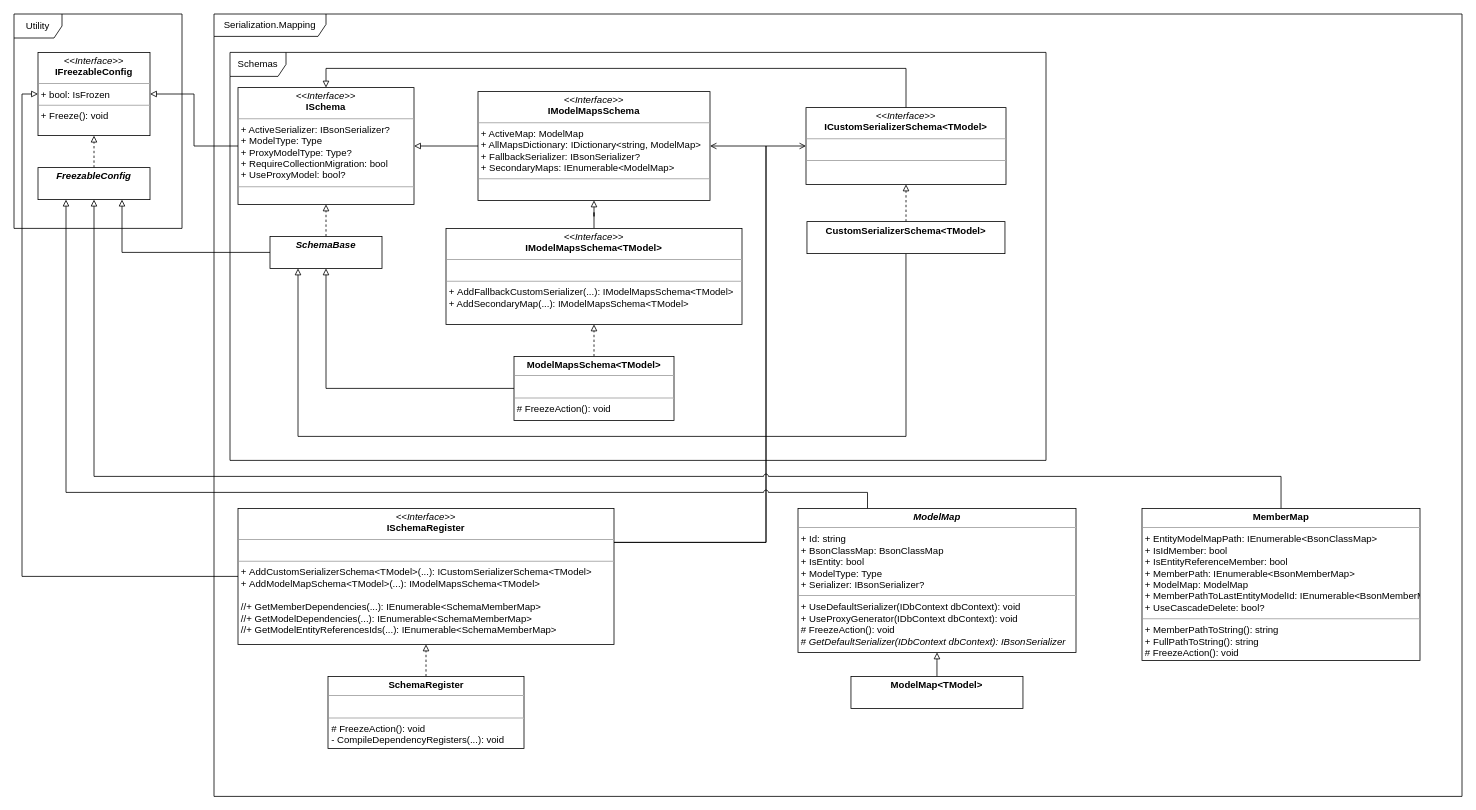
This is doc/MappingClassDiagram.drawio from Etherna/mongodm, a draw.io file, before an edit. Source tidied: cells renumbered, new cells numbered last; positions are measured from the earlier drawing's top-left corner, leaving out a move shared by most shapes. Both pictures are drawn from the tidied source at 80%, with x=0, y=0 at pixel (14, 14).
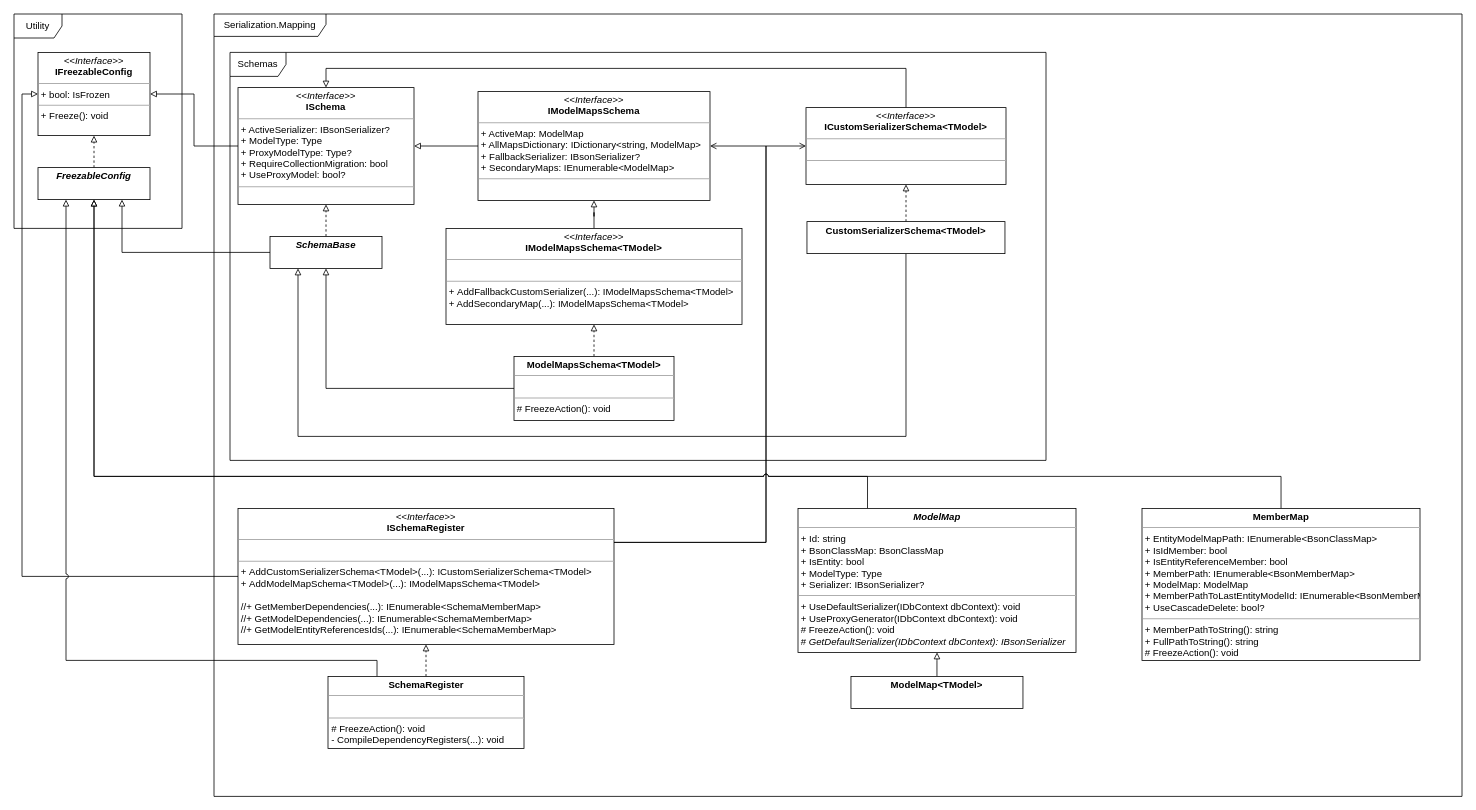
The same page after the edit.

The change refers to these unchanged cells:
```xml
<mxCell id="5" value="&lt;p style=&quot;text-align: center ; margin: 4px 0px 0px&quot;&gt;&lt;b&gt;&lt;i&gt;FreezableConfig&lt;/i&gt;&lt;/b&gt;&lt;br&gt;&lt;/p&gt;" style="verticalAlign=top;align=left;overflow=fill;fontSize=12;fontFamily=Helvetica;html=1;" parent="1" vertex="1">
  <mxGeometry x="30" y="192" width="140" height="40" as="geometry" />
</mxCell>
<mxCell id="29" value="&lt;p style=&quot;margin: 0px ; margin-top: 4px ; text-align: center&quot;&gt;&lt;b&gt;&lt;i&gt;ModelMap&lt;/i&gt;&lt;/b&gt;&lt;br&gt;&lt;/p&gt;&lt;hr size=&quot;1&quot;&gt;&lt;p style=&quot;margin: 0px ; margin-left: 4px&quot;&gt;+ Id: string&lt;/p&gt;&lt;p style=&quot;margin: 0px ; margin-left: 4px&quot;&gt;+&amp;nbsp;BsonClassMap:&amp;nbsp;BsonClassMap&lt;/p&gt;&lt;p style=&quot;margin: 0px ; margin-left: 4px&quot;&gt;+&amp;nbsp;IsEntity: bool&lt;/p&gt;&lt;p style=&quot;margin: 0px ; margin-left: 4px&quot;&gt;+ ModelType: Type&lt;/p&gt;&lt;p style=&quot;margin: 0px ; margin-left: 4px&quot;&gt;+ Serializer: IBsonSerializer?&lt;/p&gt;&lt;hr size=&quot;1&quot;&gt;&lt;p style=&quot;margin: 0px ; margin-left: 4px&quot;&gt;+ UseDefaultSerializer(IDbContext dbContext): void&lt;/p&gt;&lt;p style=&quot;margin: 0px ; margin-left: 4px&quot;&gt;+&amp;nbsp;UseProxyGenerator(IDbContext dbContext): void&lt;/p&gt;&lt;p style=&quot;margin: 0px ; margin-left: 4px&quot;&gt;# FreezeAction(): void&lt;br&gt;&lt;/p&gt;&lt;p style=&quot;margin: 0px ; margin-left: 4px&quot;&gt;#&amp;nbsp;&lt;i&gt;GetDefaultSerializer(IDbContext dbContext): IBsonSerializer&lt;/i&gt;&lt;/p&gt;" style="verticalAlign=top;align=left;overflow=fill;fontSize=12;fontFamily=Helvetica;html=1;" parent="1" vertex="1">
  <mxGeometry x="980" y="618" width="347.5" height="180" as="geometry" />
</mxCell>
<mxCell id="36" value="&lt;p style=&quot;margin: 0px ; margin-top: 4px ; text-align: center&quot;&gt;&lt;b&gt;SchemaRegister&lt;/b&gt;&lt;br&gt;&lt;/p&gt;&lt;hr size=&quot;1&quot;&gt;&lt;p style=&quot;margin: 0px ; margin-left: 4px&quot;&gt;&lt;br&gt;&lt;/p&gt;&lt;hr size=&quot;1&quot;&gt;&lt;p style=&quot;margin: 0px ; margin-left: 4px&quot;&gt;# FreezeAction(): void&lt;/p&gt;&lt;p style=&quot;margin: 0px ; margin-left: 4px&quot;&gt;-&amp;nbsp;CompileDependencyRegisters(...): void&lt;/p&gt;" style="verticalAlign=top;align=left;overflow=fill;fontSize=12;fontFamily=Helvetica;html=1;" parent="1" vertex="1">
  <mxGeometry x="392.5" y="828" width="245" height="90" as="geometry" />
</mxCell>
```

The edit, as a diff of the source:
```diff
@@
-    <mxCell id="28" style="edgeStyle=orthogonalEdgeStyle;rounded=0;jettySize=auto;html=1;exitX=0.25;exitY=0;exitDx=0;exitDy=0;entryX=0.25;entryY=1;entryDx=0;entryDy=0;endArrow=block;endFill=0;jumpStyle=arc;" parent="1" edge="1" source="29" target="5">
+    <mxCell id="28" style="edgeStyle=orthogonalEdgeStyle;rounded=0;jettySize=auto;html=1;exitX=0.25;exitY=0;exitDx=0;exitDy=0;entryX=0.5;entryY=1;entryDx=0;entryDy=0;endArrow=block;endFill=0;jumpStyle=arc;" parent="1" edge="1" source="29" target="5">
       <mxGeometry relative="1" as="geometry">
         <Array as="points">
-          <mxPoint x="1067" y="598" />
-          <mxPoint x="65" y="598" />
+          <mxPoint x="1067" y="578" />
+          <mxPoint x="100" y="578" />
         </Array>
       </mxGeometry>
     </mxCell>
@@
+    <mxCell id="37" style="edgeStyle=orthogonalEdgeStyle;rounded=0;jumpStyle=arc;jettySize=auto;html=1;exitX=0.25;exitY=0;exitDx=0;exitDy=0;entryX=0.25;entryY=1;entryDx=0;entryDy=0;endArrow=block;endFill=0;" parent="1" edge="1" source="36" target="5">
+      <mxGeometry relative="1" as="geometry">
+        <Array as="points">
+          <mxPoint x="454" y="808" />
+          <mxPoint x="65" y="808" />
+        </Array>
+      </mxGeometry>
+    </mxCell>
```
